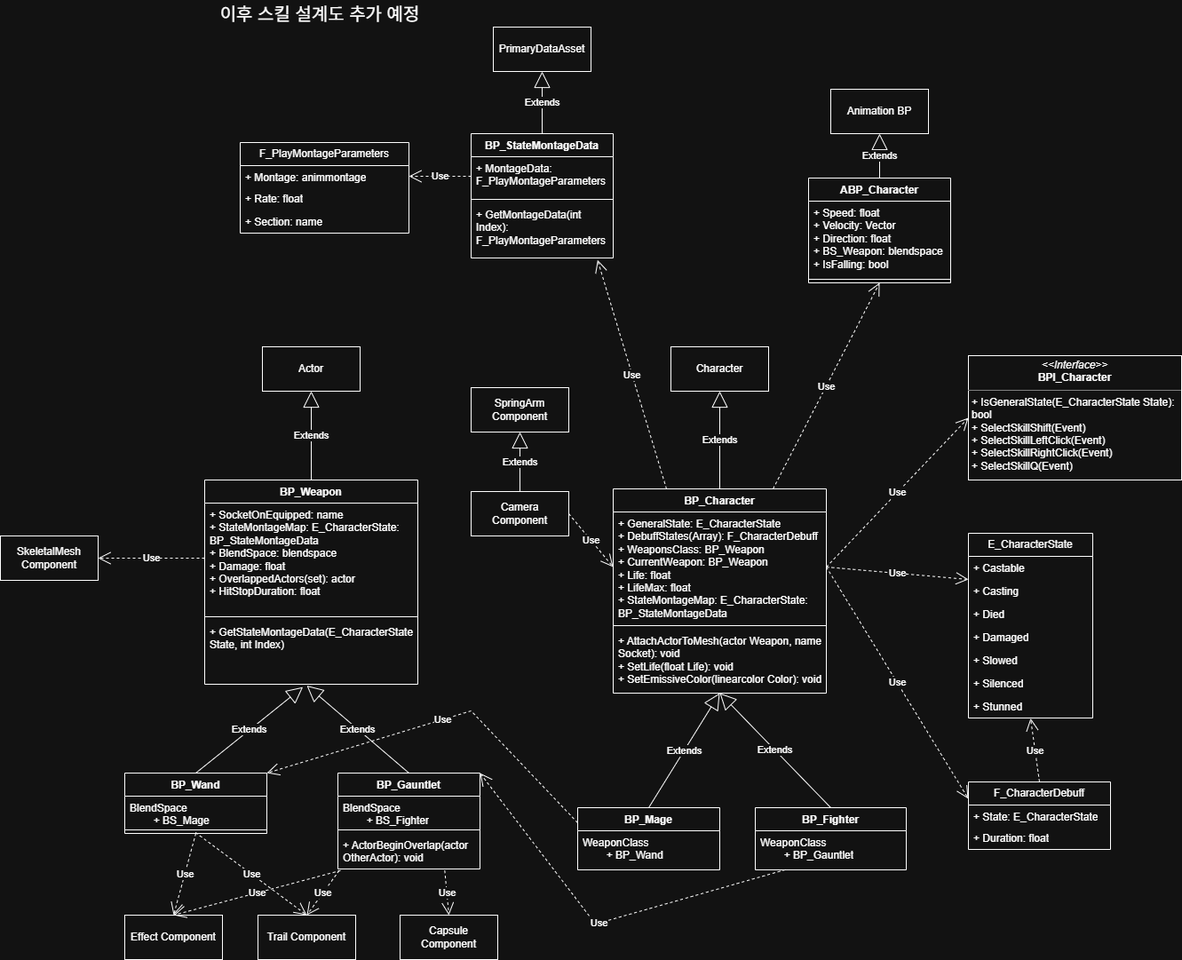
This is 아텐츠 아카데미 10월 포트폴리오 기획안/지승환 설계도.drawio.png from Seunghwan-Ji/Atents_Academy_Unreal_Engine, a draw.io export, as it was before one commit. Source tidied: cells renumbered, new cells last; positions are measured from the earlier drawing's top-left corner, leaving out a move shared by most shapes.
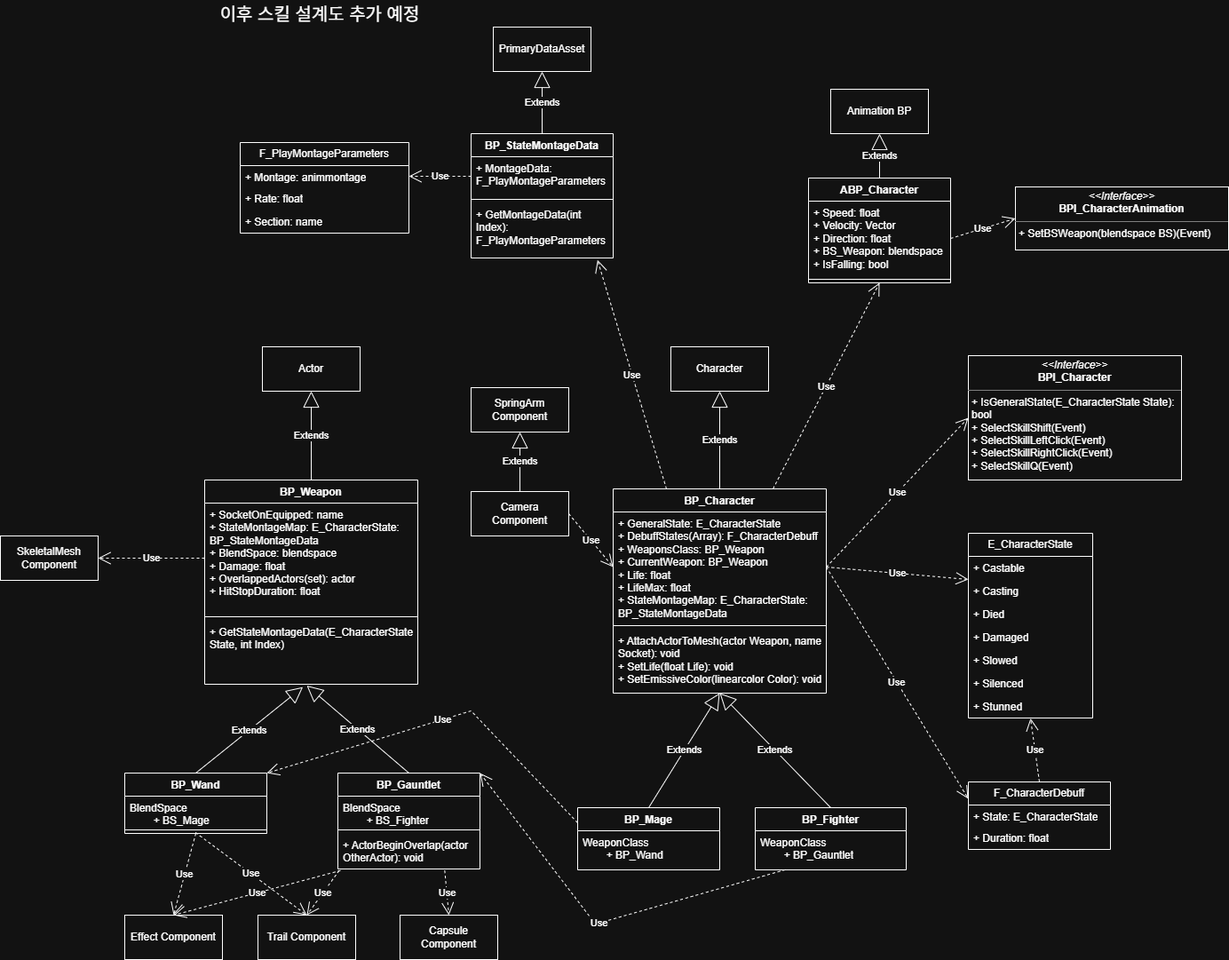
After the change.

What changed in the source:
```diff
@@ -245,5 +245,11 @@
     <mxCell id="79" value="&lt;font style=&quot;font-size: 20px;&quot;&gt;이후 스킬 설계도 추가 예정&lt;/font&gt;" style="text;html=1;whiteSpace=wrap;strokeColor=none;fillColor=none;align=center;verticalAlign=middle;rounded=0;" parent="1" vertex="1">
       <mxGeometry x="230" width="260" height="30" as="geometry" />
     </mxCell>
+    <mxCell id="80" value="&lt;p style=&quot;margin:0px;margin-top:4px;text-align:center;&quot;&gt;&lt;i&gt;&amp;lt;&amp;lt;Interface&amp;gt;&amp;gt;&lt;/i&gt;&lt;br&gt;&lt;b&gt;BPI_CharacterAnimation&lt;/b&gt;&lt;/p&gt;&lt;hr size=&quot;1&quot; style=&quot;border-style:solid;&quot;&gt;&lt;p style=&quot;margin:0px;margin-left:4px;&quot;&gt;+ SetBSWeapon(blendspace BS)(Event)&lt;/p&gt;" style="verticalAlign=top;align=left;overflow=fill;html=1;whiteSpace=wrap;" parent="1" vertex="1">
+      <mxGeometry x="1143" y="210" width="240" height="71" as="geometry" />
+    </mxCell>
+    <mxCell id="81" value="Use" style="endArrow=open;endSize=12;dashed=1;html=1;rounded=0;entryX=0;entryY=0.5;entryDx=0;entryDy=0;exitX=1;exitY=0.5;exitDx=0;exitDy=0;" parent="1" edge="1" source="63" target="80">
+      <mxGeometry relative="1" as="geometry" />
+    </mxCell>
   </root>
 </mxGraphModel>
```
